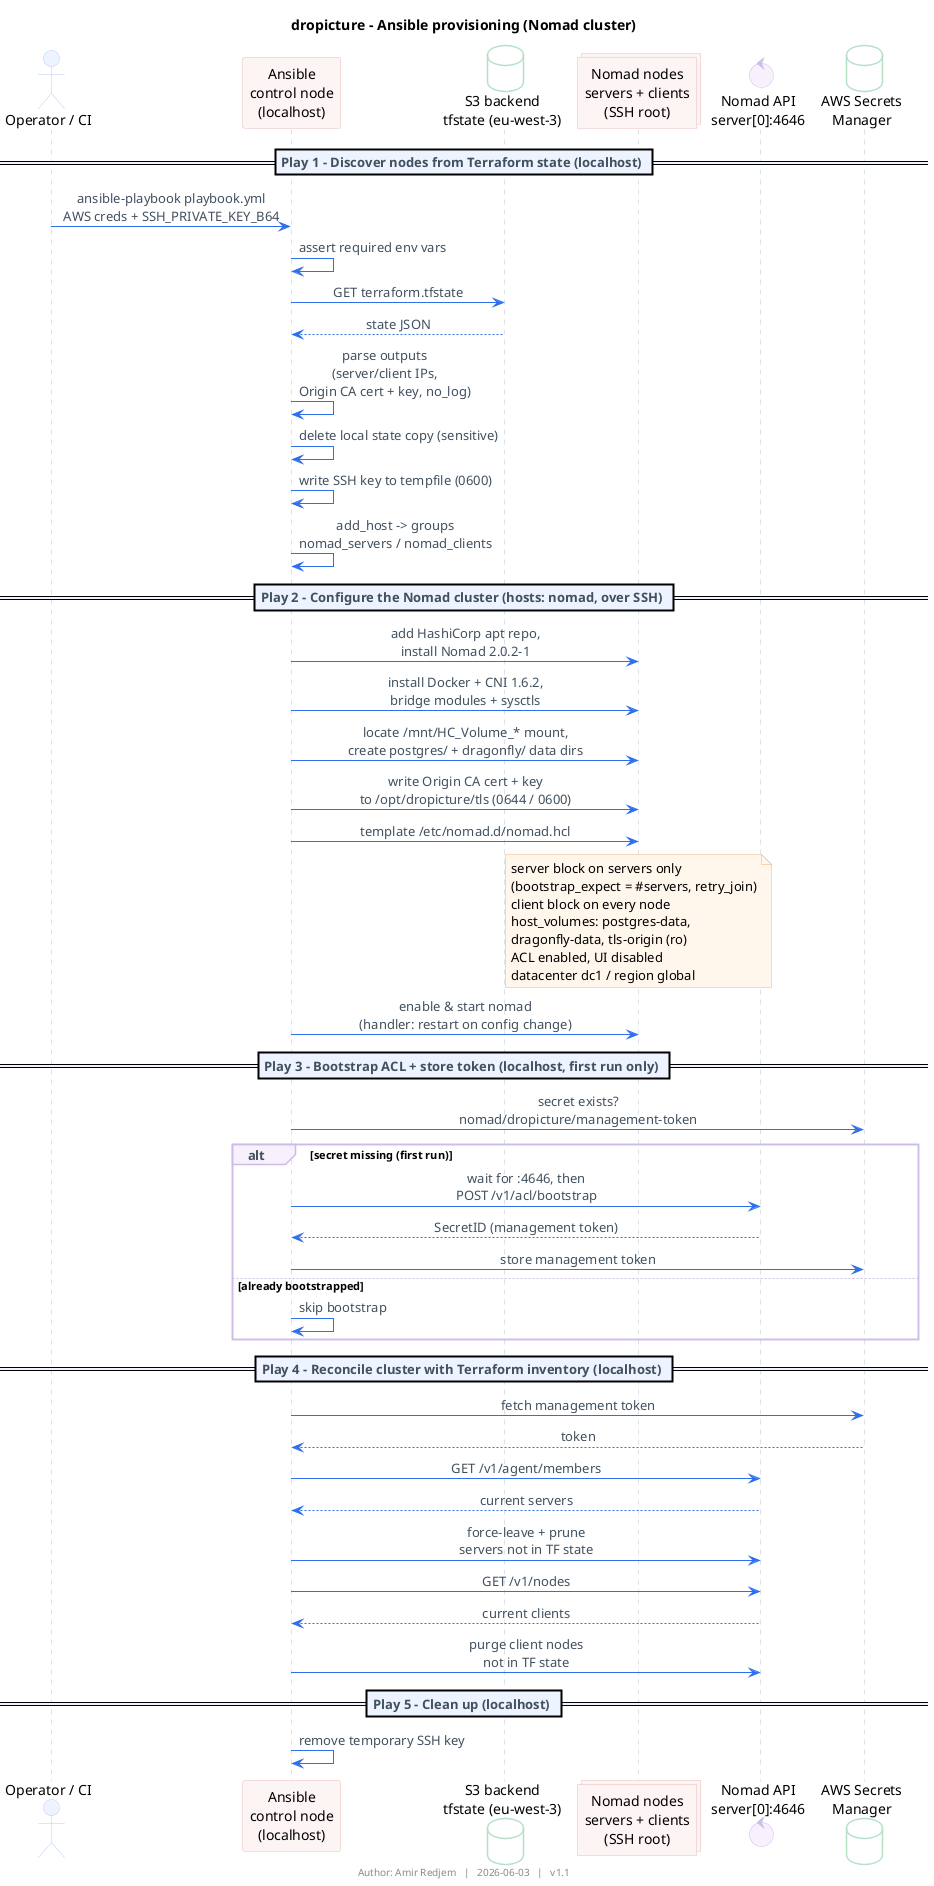
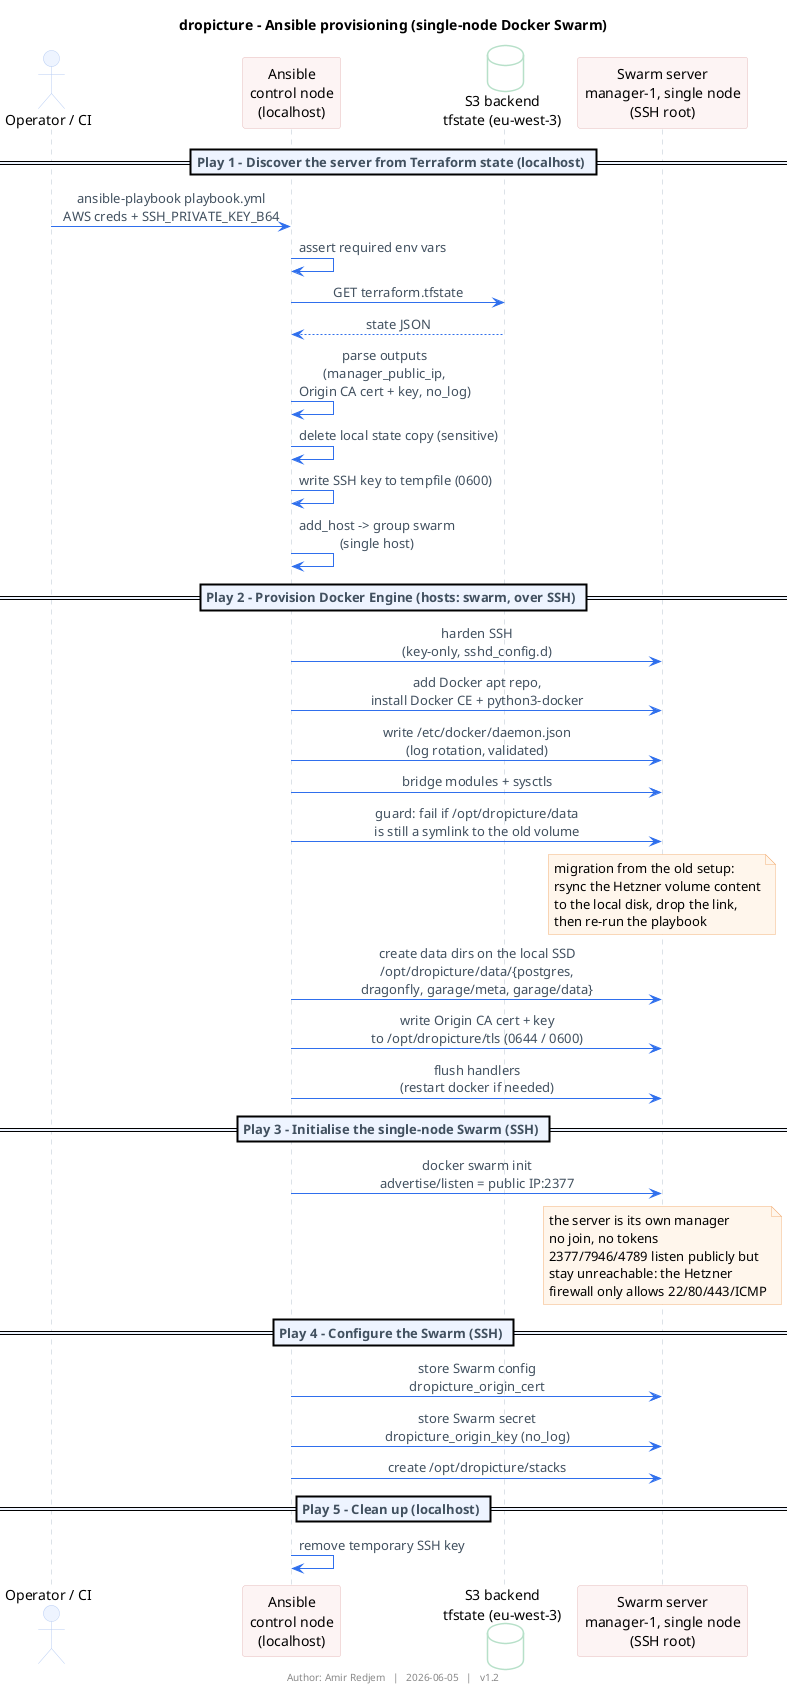
@startuml ansible
- title dropicture - Ansible provisioning (Nomad cluster)
- footer Author: Amir Redjem   |   2026-06-03   |   v1.1
+ title dropicture - Ansible provisioning (single-node Docker Swarm)
+ footer Author: Amir Redjem   |   2026-06-05   |   v1.2

skinparam shadowing false
skinparam defaultFontName Helvetica
skinparam ArrowColor #2F6FED
skinparam ArrowFontColor #41505F
skinparam sequenceMessageAlign center
skinparam ParticipantBackgroundColor #FDF4F4
skinparam ParticipantBorderColor #E6BCBC
skinparam ActorBackgroundColor #EEF4FF
skinparam ActorBorderColor #B8CDF3
skinparam DatabaseBackgroundColor #FFFFFF
skinparam DatabaseBorderColor #B7E0C9
- skinparam CollectionsBackgroundColor #FDF4F4
- skinparam CollectionsBorderColor #E6BCBC
- skinparam ControlBackgroundColor #F6F1FC
- skinparam ControlBorderColor #CDBCE8
skinparam SequenceLifeLineBorderColor #B8C4D0
skinparam SequenceDividerBackgroundColor #EEF4FF
skinparam SequenceDividerFontColor #41505F
skinparam SequenceGroupBackgroundColor #F6F1FC
skinparam SequenceGroupBorderColor #CDBCE8
skinparam SequenceGroupHeaderFontColor #41505F
skinparam noteBackgroundColor #FFF6EC
skinparam noteBorderColor #F3B27A

actor "Operator / CI" as op
participant "Ansible\ncontrol node\n(localhost)" as ans
database "S3 backend\ntfstate (eu-west-3)" as s3
- collections "Nomad nodes\nservers + clients\n(SSH root)" as nodes
- control "Nomad API\nserver[0]:4646" as api
- database "AWS Secrets\nManager" as sm
+ participant "Swarm server\nmanager-1, single node\n(SSH root)" as srv

- == Play 1 - Discover nodes from Terraform state (localhost) ==
+ == Play 1 - Discover the server from Terraform state (localhost) ==
op -> ans : ansible-playbook playbook.yml\nAWS creds + SSH_PRIVATE_KEY_B64
ans -> ans : assert required env vars
ans -> s3 : GET terraform.tfstate
s3 --> ans : state JSON
- ans -> ans : parse outputs\n(server/client IPs,\nOrigin CA cert + key, no_log)
+ ans -> ans : parse outputs\n(manager_public_ip,\nOrigin CA cert + key, no_log)
ans -> ans : delete local state copy (sensitive)
ans -> ans : write SSH key to tempfile (0600)
- ans -> ans : add_host -> groups\nnomad_servers / nomad_clients
+ ans -> ans : add_host -> group swarm\n(single host)

- == Play 2 - Configure the Nomad cluster (hosts: nomad, over SSH) ==
- ans -> nodes : add HashiCorp apt repo,\ninstall Nomad 2.0.2-1
- ans -> nodes : install Docker + CNI 1.6.2,\nbridge modules + sysctls
- ans -> nodes : locate /mnt/HC_Volume_* mount,\ncreate postgres/ + dragonfly/ data dirs
- ans -> nodes : write Origin CA cert + key\nto /opt/dropicture/tls (0644 / 0600)
- ans -> nodes : template /etc/nomad.d/nomad.hcl
- note over nodes
-   server block on servers only
-   (bootstrap_expect = #servers, retry_join)
-   client block on every node
-   host_volumes: postgres-data,
-   dragonfly-data, tls-origin (ro)
-   ACL enabled, UI disabled
-   datacenter dc1 / region global
+ == Play 2 - Provision Docker Engine (hosts: swarm, over SSH) ==
+ ans -> srv : harden SSH\n(key-only, sshd_config.d)
+ ans -> srv : add Docker apt repo,\ninstall Docker CE + python3-docker
+ ans -> srv : write /etc/docker/daemon.json\n(log rotation, validated)
+ ans -> srv : bridge modules + sysctls
+ ans -> srv : guard: fail if /opt/dropicture/data\nis still a symlink to the old volume
+ note over srv
+   migration from the old setup:
+   rsync the Hetzner volume content
+   to the local disk, drop the link,
+   then re-run the playbook
end note
- ans -> nodes : enable & start nomad\n(handler: restart on config change)
+ ans -> srv : create data dirs on the local SSD\n/opt/dropicture/data/{postgres,\ndragonfly, garage/meta, garage/data}
+ ans -> srv : write Origin CA cert + key\nto /opt/dropicture/tls (0644 / 0600)
+ ans -> srv : flush handlers\n(restart docker if needed)

- == Play 3 - Bootstrap ACL + store token (localhost, first run only) ==
- ans -> sm : secret exists?\nnomad/dropicture/management-token
- alt secret missing (first run)
-   ans -> api : wait for :4646, then\nPOST /v1/acl/bootstrap
-   api --> ans : SecretID (management token)
-   ans -> sm : store management token
- else already bootstrapped
-   ans -> ans : skip bootstrap
- end
+ == Play 3 - Initialise the single-node Swarm (SSH) ==
+ ans -> srv : docker swarm init\nadvertise/listen = public IP:2377
+ note over srv
+   the server is its own manager
+   no join, no tokens
+   2377/7946/4789 listen publicly but
+   stay unreachable: the Hetzner
+   firewall only allows 22/80/443/ICMP
+ end note

- == Play 4 - Reconcile cluster with Terraform inventory (localhost) ==
- ans -> sm : fetch management token
- sm --> ans : token
- ans -> api : GET /v1/agent/members
- api --> ans : current servers
- ans -> api : force-leave + prune\nservers not in TF state
- ans -> api : GET /v1/nodes
- api --> ans : current clients
- ans -> api : purge client nodes\nnot in TF state
+ == Play 4 - Configure the Swarm (SSH) ==
+ ans -> srv : store Swarm config\ndropicture_origin_cert
+ ans -> srv : store Swarm secret\ndropicture_origin_key (no_log)
+ ans -> srv : create /opt/dropicture/stacks

== Play 5 - Clean up (localhost) ==
ans -> ans : remove temporary SSH key

- @enduml
+ @enduml